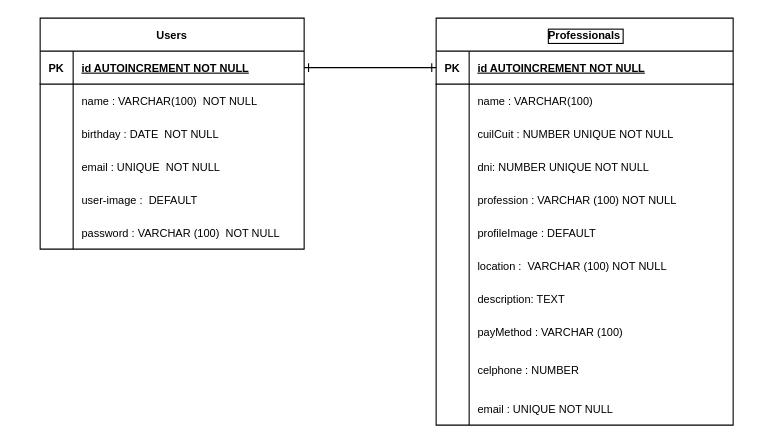
Before: diagrama.drawio in 0621CDFSNCN12LAED/grupo-11, a draw.io diagram. Source tidied: cells renumbered, new cells numbered last; positions are measured from the earlier drawing's top-left corner, leaving out a move shared by most shapes. Both pictures are drawn from the tidied source at 110%, with x=0, y=0 at pixel (40, 18).
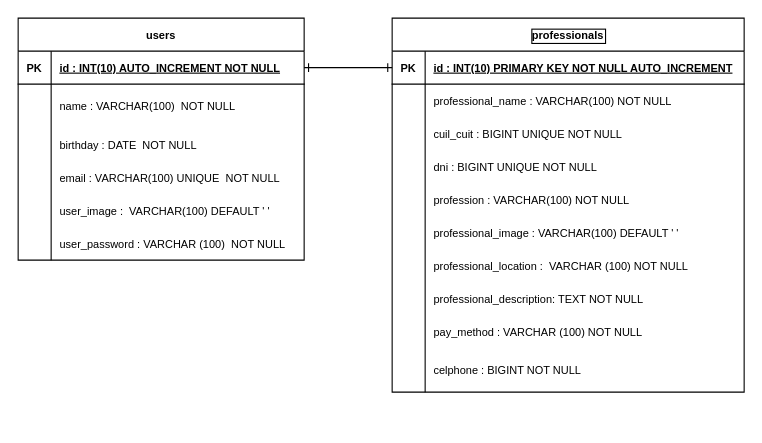
After the change.

Commit message (it also covers changes not shown here):
Diagrama de entidad relación y base de datos SQL

The edit, as a diff of the source:
```diff
@@
-    <mxCell id="2" value="Users" style="shape=table;startSize=30;childLayout=tableLayout;rowLines=0;fontStyle=1;align=center;fontSize=10;" parent="1" vertex="1">
-      <mxGeometry width="240" height="210" as="geometry" />
+    <mxCell id="2" value="users" style="shape=table;startSize=30;childLayout=tableLayout;rowLines=0;fontStyle=1;align=center;fontSize=10;" parent="1" vertex="1">
+      <mxGeometry x="-20" width="260" height="220" as="geometry" />
     </mxCell>
     <mxCell id="3" style="shape=partialRectangle;fillColor=none;top=0;left=0;bottom=1;right=0;points=[[0,0.5],[1,0.5]];portConstraint=eastwest;fontSize=10;" parent="2" vertex="1">
-      <mxGeometry y="30" width="240" height="30" as="geometry" />
+      <mxGeometry y="30" width="260" height="30" as="geometry" />
     </mxCell>
@@
-    <mxCell id="5" value="id AUTOINCREMENT NOT NULL" style="shape=partialRectangle;fillColor=none;top=0;left=0;bottom=0;right=0;align=left;spacingLeft=6;fontStyle=5;overflow=hidden;fontSize=10;" parent="3" vertex="1">
-      <mxGeometry x="30" width="210" height="30" as="geometry" />
+    <mxCell id="5" value="id : INT(10) AUTO_INCREMENT NOT NULL" style="shape=partialRectangle;fillColor=none;top=0;left=0;bottom=0;right=0;align=left;spacingLeft=6;fontStyle=5;overflow=hidden;fontSize=10;" parent="3" vertex="1">
+      <mxGeometry x="30" width="230" height="30" as="geometry" />
     </mxCell>
     <mxCell id="6" style="shape=partialRectangle;fillColor=none;top=0;left=0;bottom=0;right=0;fontSize=10;" parent="2" vertex="1">
-      <mxGeometry y="60" width="240" height="30" as="geometry" />
+      <mxGeometry y="60" width="260" height="40" as="geometry" />
     </mxCell>
     <mxCell id="7" style="shape=partialRectangle;fillColor=none;top=0;left=0;bottom=0;right=0;overflow=hidden;fontSize=10;" parent="6" vertex="1">
-      <mxGeometry width="30" height="30" as="geometry" />
+      <mxGeometry width="30" height="40" as="geometry" />
     </mxCell>
     <mxCell id="8" value="name : VARCHAR(100)  NOT NULL" style="shape=partialRectangle;fillColor=none;top=0;left=0;bottom=0;right=0;align=left;spacingLeft=6;overflow=hidden;fontSize=10;" parent="6" vertex="1">
-      <mxGeometry x="30" width="210" height="30" as="geometry" />
+      <mxGeometry x="30" width="230" height="40" as="geometry" />
     </mxCell>
     <mxCell id="9" style="shape=partialRectangle;fillColor=none;top=0;left=0;bottom=0;right=0;fontSize=10;" parent="2" vertex="1">
-      <mxGeometry y="90" width="240" height="30" as="geometry" />
+      <mxGeometry y="100" width="260" height="30" as="geometry" />
     </mxCell>
@@
     <mxCell id="11" value="birthday : DATE  NOT NULL" style="shape=partialRectangle;fillColor=none;top=0;left=0;bottom=0;right=0;align=left;spacingLeft=6;overflow=hidden;fontSize=10;" parent="9" vertex="1">
-      <mxGeometry x="30" width="210" height="30" as="geometry" />
+      <mxGeometry x="30" width="230" height="30" as="geometry" />
     </mxCell>
     <mxCell id="12" style="shape=partialRectangle;fillColor=none;top=0;left=0;bottom=0;right=0;fontSize=10;" parent="2" vertex="1">
-      <mxGeometry y="120" width="240" height="30" as="geometry" />
+      <mxGeometry y="130" width="260" height="30" as="geometry" />
     </mxCell>
@@
-    <mxCell id="14" value="email : UNIQUE  NOT NULL" style="shape=partialRectangle;fillColor=none;top=0;left=0;bottom=0;right=0;align=left;spacingLeft=6;overflow=hidden;fontSize=10;" parent="12" vertex="1">
-      <mxGeometry x="30" width="210" height="30" as="geometry" />
+    <mxCell id="14" value="email : VARCHAR(100) UNIQUE  NOT NULL" style="shape=partialRectangle;fillColor=none;top=0;left=0;bottom=0;right=0;align=left;spacingLeft=6;overflow=hidden;fontSize=10;" parent="12" vertex="1">
+      <mxGeometry x="30" width="230" height="30" as="geometry" />
     </mxCell>
     <mxCell id="15" style="shape=partialRectangle;fillColor=none;top=0;left=0;bottom=0;right=0;fontSize=10;" parent="2" vertex="1">
-      <mxGeometry y="150" width="240" height="30" as="geometry" />
+      <mxGeometry y="160" width="260" height="30" as="geometry" />
     </mxCell>
@@
-    <mxCell id="17" value="user-image :  DEFAULT" style="shape=partialRectangle;fillColor=none;top=0;left=0;bottom=0;right=0;align=left;spacingLeft=6;overflow=hidden;fontSize=10;" parent="15" vertex="1">
-      <mxGeometry x="30" width="210" height="30" as="geometry" />
+    <mxCell id="17" value="user_image :  VARCHAR(100) DEFAULT ' ' " style="shape=partialRectangle;fillColor=none;top=0;left=0;bottom=0;right=0;align=left;spacingLeft=6;overflow=hidden;fontSize=10;" parent="15" vertex="1">
+      <mxGeometry x="30" width="230" height="30" as="geometry" />
     </mxCell>
     <mxCell id="18" style="shape=partialRectangle;fillColor=none;top=0;left=0;bottom=0;right=0;fontSize=10;" parent="2" vertex="1">
-      <mxGeometry y="180" width="240" height="30" as="geometry" />
+      <mxGeometry y="190" width="260" height="30" as="geometry" />
     </mxCell>
@@
-    <mxCell id="20" value="password : VARCHAR (100)  NOT NULL" style="shape=partialRectangle;fillColor=none;top=0;left=0;bottom=0;right=0;align=left;spacingLeft=6;overflow=hidden;fontSize=10;" parent="18" vertex="1">
-      <mxGeometry x="30" width="210" height="30" as="geometry" />
+    <mxCell id="20" value="user_password : VARCHAR (100)  NOT NULL" style="shape=partialRectangle;fillColor=none;top=0;left=0;bottom=0;right=0;align=left;spacingLeft=6;overflow=hidden;fontSize=10;" parent="18" vertex="1">
+      <mxGeometry x="30" width="230" height="30" as="geometry" />
     </mxCell>
-    <mxCell id="21" value="Professionals" style="shape=table;startSize=30;childLayout=tableLayout;rowLines=0;fontStyle=1;align=center;labelBorderColor=#000000;fontSize=10;" parent="1" vertex="1">
-      <mxGeometry x="360" width="270" height="370" as="geometry" />
+    <mxCell id="21" value="professionals" style="shape=table;startSize=30;childLayout=tableLayout;rowLines=0;fontStyle=1;align=center;labelBorderColor=#000000;fontSize=10;" parent="1" vertex="1">
+      <mxGeometry x="320" width="320" height="340" as="geometry" />
     </mxCell>
     <mxCell id="22" style="shape=partialRectangle;fillColor=none;top=0;left=0;bottom=1;right=0;points=[[0,0.5],[1,0.5]];portConstraint=eastwest;fontSize=10;" parent="21" vertex="1">
-      <mxGeometry y="30" width="270" height="30" as="geometry" />
+      <mxGeometry y="30" width="320" height="30" as="geometry" />
     </mxCell>
@@
-    <mxCell id="24" value="id AUTOINCREMENT NOT NULL" style="shape=partialRectangle;fillColor=none;top=0;left=0;bottom=0;right=0;align=left;spacingLeft=6;fontStyle=5;overflow=hidden;fontSize=10;" parent="22" vertex="1">
-      <mxGeometry x="30" width="240" height="30" as="geometry" />
+    <mxCell id="24" value="id : INT(10) PRIMARY KEY NOT NULL AUTO_INCREMENT" style="shape=partialRectangle;fillColor=none;top=0;left=0;bottom=0;right=0;align=left;spacingLeft=6;fontStyle=5;overflow=hidden;fontSize=10;" parent="22" vertex="1">
+      <mxGeometry x="30" width="290" height="30" as="geometry" />
     </mxCell>
     <mxCell id="25" style="shape=partialRectangle;fillColor=none;top=0;left=0;bottom=0;right=0;fontSize=10;" parent="21" vertex="1">
-      <mxGeometry y="60" width="270" height="30" as="geometry" />
+      <mxGeometry y="60" width="320" height="30" as="geometry" />
     </mxCell>
@@
-    <mxCell id="27" value="name : VARCHAR(100)" style="shape=partialRectangle;fillColor=none;top=0;left=0;bottom=0;right=0;align=left;spacingLeft=6;overflow=hidden;fontSize=10;" parent="25" vertex="1">
-      <mxGeometry x="30" width="240" height="30" as="geometry" />
+    <mxCell id="27" value="    professional_name : VARCHAR(100) NOT NULL" style="shape=partialRectangle;fillColor=none;top=0;left=0;bottom=0;right=0;align=left;spacingLeft=6;overflow=hidden;fontSize=10;" parent="25" vertex="1">
+      <mxGeometry x="30" width="290" height="30" as="geometry" />
     </mxCell>
     <mxCell id="28" style="shape=partialRectangle;fillColor=none;top=0;left=0;bottom=0;right=0;fontSize=10;" parent="21" vertex="1">
-      <mxGeometry y="90" width="270" height="30" as="geometry" />
+      <mxGeometry y="90" width="320" height="30" as="geometry" />
     </mxCell>
@@
-    <mxCell id="30" value="cuilCuit : NUMBER UNIQUE NOT NULL" style="shape=partialRectangle;fillColor=none;top=0;left=0;bottom=0;right=0;align=left;spacingLeft=6;overflow=hidden;fontSize=10;" parent="28" vertex="1">
-      <mxGeometry x="30" width="240" height="30" as="geometry" />
+    <mxCell id="30" value="cuil_cuit : BIGINT UNIQUE NOT NULL" style="shape=partialRectangle;fillColor=none;top=0;left=0;bottom=0;right=0;align=left;spacingLeft=6;overflow=hidden;fontSize=10;" parent="28" vertex="1">
+      <mxGeometry x="30" width="290" height="30" as="geometry" />
     </mxCell>
     <mxCell id="31" style="shape=partialRectangle;fillColor=none;top=0;left=0;bottom=0;right=0;fontSize=10;" parent="21" vertex="1">
-      <mxGeometry y="120" width="270" height="30" as="geometry" />
+      <mxGeometry y="120" width="320" height="30" as="geometry" />
     </mxCell>
@@
-    <mxCell id="33" value="dni: NUMBER UNIQUE NOT NULL" style="shape=partialRectangle;fillColor=none;top=0;left=0;bottom=0;right=0;align=left;spacingLeft=6;overflow=hidden;fontSize=10;" parent="31" vertex="1">
-      <mxGeometry x="30" width="240" height="30" as="geometry" />
+    <mxCell id="33" value="dni : BIGINT UNIQUE NOT NULL" style="shape=partialRectangle;fillColor=none;top=0;left=0;bottom=0;right=0;align=left;spacingLeft=6;overflow=hidden;fontSize=10;" parent="31" vertex="1">
+      <mxGeometry x="30" width="290" height="30" as="geometry" />
     </mxCell>
     <mxCell id="34" style="shape=partialRectangle;fillColor=none;top=0;left=0;bottom=0;right=0;fontSize=10;" parent="21" vertex="1">
-      <mxGeometry y="150" width="270" height="30" as="geometry" />
+      <mxGeometry y="150" width="320" height="30" as="geometry" />
     </mxCell>
@@
-    <mxCell id="36" value="profession : VARCHAR (100) NOT NULL" style="shape=partialRectangle;fillColor=none;top=0;left=0;bottom=0;right=0;align=left;spacingLeft=6;overflow=hidden;fontSize=10;" parent="34" vertex="1">
-      <mxGeometry x="30" width="240" height="30" as="geometry" />
+    <mxCell id="36" value="profession : VARCHAR(100) NOT NULL" style="shape=partialRectangle;fillColor=none;top=0;left=0;bottom=0;right=0;align=left;spacingLeft=6;overflow=hidden;fontSize=10;" parent="34" vertex="1">
+      <mxGeometry x="30" width="290" height="30" as="geometry" />
     </mxCell>
     <mxCell id="37" style="shape=partialRectangle;fillColor=none;top=0;left=0;bottom=0;right=0;fontSize=10;" parent="21" vertex="1">
-      <mxGeometry y="180" width="270" height="30" as="geometry" />
+      <mxGeometry y="180" width="320" height="30" as="geometry" />
     </mxCell>
@@
-    <mxCell id="39" value="profileImage : DEFAULT" style="shape=partialRectangle;fillColor=none;top=0;left=0;bottom=0;right=0;align=left;spacingLeft=6;overflow=hidden;fontSize=10;" parent="37" vertex="1">
-      <mxGeometry x="30" width="240" height="30" as="geometry" />
+    <mxCell id="39" value="professional_image : VARCHAR(100) DEFAULT ' ' " style="shape=partialRectangle;fillColor=none;top=0;left=0;bottom=0;right=0;align=left;spacingLeft=6;overflow=hidden;fontSize=10;" parent="37" vertex="1">
+      <mxGeometry x="30" width="290" height="30" as="geometry" />
     </mxCell>
     <mxCell id="40" style="shape=partialRectangle;fillColor=none;top=0;left=0;bottom=0;right=0;fontSize=10;" parent="21" vertex="1">
-      <mxGeometry y="210" width="270" height="30" as="geometry" />
+      <mxGeometry y="210" width="320" height="30" as="geometry" />
     </mxCell>
@@
-    <mxCell id="42" value="location :  VARCHAR (100) NOT NULL" style="shape=partialRectangle;fillColor=none;top=0;left=0;bottom=0;right=0;align=left;spacingLeft=6;overflow=hidden;fontSize=10;" parent="40" vertex="1">
-      <mxGeometry x="30" width="240" height="30" as="geometry" />
+    <mxCell id="42" value="professional_location :  VARCHAR (100) NOT NULL" style="shape=partialRectangle;fillColor=none;top=0;left=0;bottom=0;right=0;align=left;spacingLeft=6;overflow=hidden;fontSize=10;" parent="40" vertex="1">
+      <mxGeometry x="30" width="290" height="30" as="geometry" />
     </mxCell>
     <mxCell id="43" style="shape=partialRectangle;fillColor=none;top=0;left=0;bottom=0;right=0;fontSize=10;" parent="21" vertex="1">
-      <mxGeometry y="240" width="270" height="30" as="geometry" />
+      <mxGeometry y="240" width="320" height="30" as="geometry" />
     </mxCell>
@@
-    <mxCell id="45" value="description: TEXT" style="shape=partialRectangle;fillColor=none;top=0;left=0;bottom=0;right=0;align=left;spacingLeft=6;overflow=hidden;fontSize=10;" parent="43" vertex="1">
-      <mxGeometry x="30" width="240" height="30" as="geometry" />
+    <mxCell id="45" value="professional_description: TEXT NOT NULL" style="shape=partialRectangle;fillColor=none;top=0;left=0;bottom=0;right=0;align=left;spacingLeft=6;overflow=hidden;fontSize=10;" parent="43" vertex="1">
+      <mxGeometry x="30" width="290" height="30" as="geometry" />
     </mxCell>
     <mxCell id="46" style="shape=partialRectangle;fillColor=none;top=0;left=0;bottom=0;right=0;fontSize=10;" parent="21" vertex="1">
-      <mxGeometry y="270" width="270" height="30" as="geometry" />
+      <mxGeometry y="270" width="320" height="30" as="geometry" />
     </mxCell>
@@
-    <mxCell id="48" value="payMethod : VARCHAR (100)" style="shape=partialRectangle;fillColor=none;top=0;left=0;bottom=0;right=0;align=left;spacingLeft=6;overflow=hidden;fontSize=10;" parent="46" vertex="1">
-      <mxGeometry x="30" width="240" height="30" as="geometry" />
+    <mxCell id="48" value="pay_method : VARCHAR (100) NOT NULL" style="shape=partialRectangle;fillColor=none;top=0;left=0;bottom=0;right=0;align=left;spacingLeft=6;overflow=hidden;fontSize=10;" parent="46" vertex="1">
+      <mxGeometry x="30" width="290" height="30" as="geometry" />
     </mxCell>
     <mxCell id="49" style="shape=partialRectangle;fillColor=none;top=0;left=0;bottom=0;right=0;fontSize=10;" parent="21" vertex="1">
-      <mxGeometry y="300" width="270" height="40" as="geometry" />
+      <mxGeometry y="300" width="320" height="40" as="geometry" />
     </mxCell>
@@
-    <mxCell id="51" value="celphone : NUMBER" style="shape=partialRectangle;fillColor=none;top=0;left=0;bottom=0;right=0;align=left;spacingLeft=6;overflow=hidden;fontSize=10;" parent="49" vertex="1">
-      <mxGeometry x="30" width="240" height="40" as="geometry" />
+    <mxCell id="51" value="celphone : BIGINT NOT NULL" style="shape=partialRectangle;fillColor=none;top=0;left=0;bottom=0;right=0;align=left;spacingLeft=6;overflow=hidden;fontSize=10;" parent="49" vertex="1">
+      <mxGeometry x="30" width="290" height="40" as="geometry" />
     </mxCell>
-    <mxCell id="52" style="shape=partialRectangle;fillColor=none;top=0;left=0;bottom=0;right=0;fontSize=10;" parent="21" vertex="1">
-      <mxGeometry y="340" width="270" height="30" as="geometry" />
-    </mxCell>
-    <mxCell id="53" style="shape=partialRectangle;fillColor=none;top=0;left=0;bottom=0;right=0;overflow=hidden;fontSize=10;" parent="52" vertex="1">
-      <mxGeometry width="30" height="30" as="geometry" />
-    </mxCell>
-    <mxCell id="54" value="email : UNIQUE NOT NULL" style="shape=partialRectangle;fillColor=none;top=0;left=0;bottom=0;right=0;align=left;spacingLeft=6;overflow=hidden;fontSize=10;" parent="52" vertex="1">
-      <mxGeometry x="30" width="240" height="30" as="geometry" />
-    </mxCell>
```
